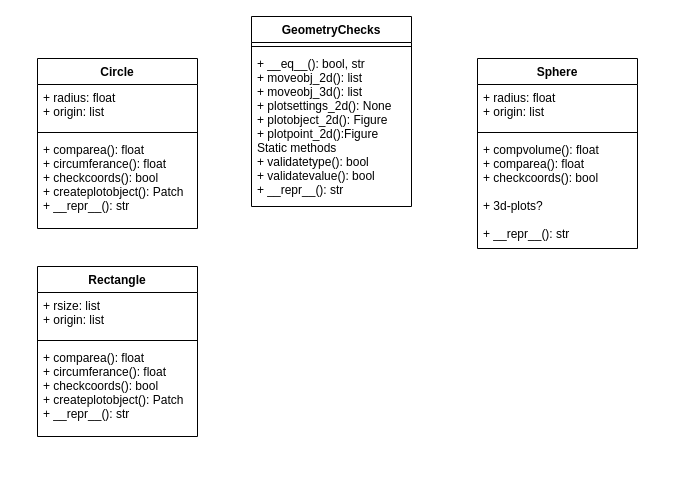
The draw.io diagram Labs/lab3/geometryUML.drawio in jwiegert/python-programming-joachim-wiegert, before the edit. Source tidied: cells renumbered, new cells numbered last; positions are measured from the earlier drawing's top-left corner, leaving out a move shared by most shapes. Both pictures are drawn from the tidied source at 100%, with x=0, y=0 at pixel (37, 16).
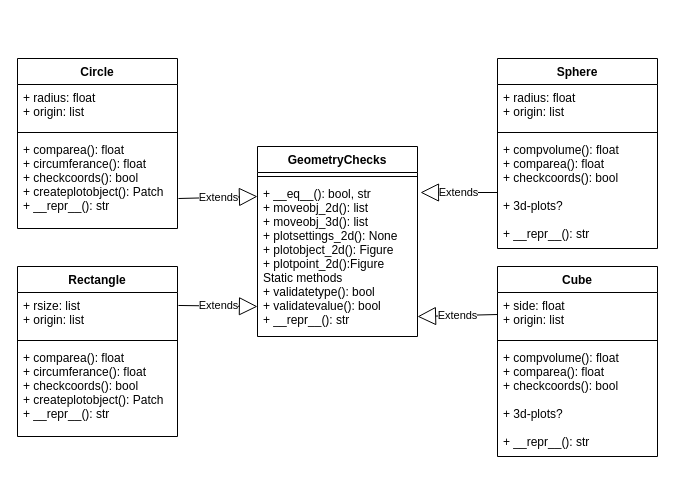
The same page after the edit.

Commit message:
Added cube and "extends" arrows

The change refers to these unchanged cells:
```xml
<mxCell id="4" value="+ __eq__(): bool, str&#10;+ moveobj_2d(): list&#10;+ moveobj_3d(): list&#10;+ plotsettings_2d(): None&#10;+ plotobject_2d(): Figure&#10;+ plotpoint_2d():Figure&#10;Static methods&#10;+ validatetype(): bool&#10;+ validatevalue(): bool&#10;+ __repr__(): str" style="text;strokeColor=none;fillColor=none;align=left;verticalAlign=top;spacingLeft=4;spacingRight=4;overflow=hidden;points=[[0,0.5],[1,0.5]];portConstraint=eastwest;" parent="2" vertex="1">
  <mxGeometry y="34" width="160" height="156" as="geometry" />
</mxCell>
<mxCell id="8" value="+ comparea(): float&#10;+ circumferance(): float&#10;+ checkcoords(): bool&#10;+ createplotobject(): Patch&#10;+ __repr__(): str" style="text;strokeColor=none;fillColor=none;align=left;verticalAlign=top;spacingLeft=4;spacingRight=4;overflow=hidden;points=[[0,0.5],[1,0.5]];portConstraint=eastwest;" parent="5" vertex="1">
  <mxGeometry y="78" width="160" height="92" as="geometry" />
</mxCell>
<mxCell id="10" value="+ rsize: list&#10;+ origin: list" style="text;strokeColor=none;fillColor=none;align=left;verticalAlign=top;spacingLeft=4;spacingRight=4;overflow=hidden;points=[[0,0.5],[1,0.5]];portConstraint=eastwest;" parent="9" vertex="1">
  <mxGeometry y="26" width="160" height="44" as="geometry" />
</mxCell>
<mxCell id="16" value="+ compvolume(): float&#10;+ comparea(): float&#10;+ checkcoords(): bool&#10;&#10;+ 3d-plots?&#10;&#10;+ __repr__(): str" style="text;strokeColor=none;fillColor=none;align=left;verticalAlign=top;spacingLeft=4;spacingRight=4;overflow=hidden;points=[[0,0.5],[1,0.5]];portConstraint=eastwest;" parent="13" vertex="1">
  <mxGeometry y="78" width="160" height="112" as="geometry" />
</mxCell>
```

The edit, as a diff of the source:
```diff
@@
     <mxCell id="2" value="GeometryChecks" style="swimlane;fontStyle=1;align=center;verticalAlign=top;horizontal=1;startSize=26;hachureGap=4;" parent="1" vertex="1">
-      <mxGeometry x="214" width="160" height="190" as="geometry" />
+      <mxGeometry x="220" y="130" width="160" height="190" as="geometry" />
     </mxCell>
@@
     <mxCell id="5" value="Circle" style="swimlane;fontStyle=1;align=center;verticalAlign=top;horizontal=1;startSize=26;hachureGap=4;" parent="1" vertex="1">
-      <mxGeometry y="42" width="160" height="170" as="geometry" />
+      <mxGeometry x="-20" y="42" width="160" height="170" as="geometry" />
     </mxCell>
@@
     <mxCell id="9" value="Rectangle" style="swimlane;fontStyle=1;align=center;verticalAlign=top;horizontal=1;startSize=26;hachureGap=4;" parent="1" vertex="1">
-      <mxGeometry y="250" width="160" height="170" as="geometry" />
+      <mxGeometry x="-20" y="250" width="160" height="170" as="geometry" />
     </mxCell>
@@
     <mxCell id="13" value="Sphere" style="swimlane;fontStyle=1;align=center;verticalAlign=top;horizontal=1;startSize=26;hachureGap=4;" parent="1" vertex="1">
-      <mxGeometry x="440" y="42" width="160" height="190" as="geometry" />
+      <mxGeometry x="460" y="42" width="160" height="190" as="geometry" />
     </mxCell>
@@
+    <mxCell id="17" value="Cube" style="swimlane;fontStyle=1;align=center;verticalAlign=top;horizontal=1;startSize=26;hachureGap=4;" parent="1" vertex="1">
+      <mxGeometry x="460" y="250" width="160" height="190" as="geometry" />
+    </mxCell>
+    <mxCell id="18" value="+ side: float&#10;+ origin: list" style="text;strokeColor=none;fillColor=none;align=left;verticalAlign=top;spacingLeft=4;spacingRight=4;overflow=hidden;points=[[0,0.5],[1,0.5]];portConstraint=eastwest;" parent="17" vertex="1">
+      <mxGeometry y="26" width="160" height="44" as="geometry" />
+    </mxCell>
+    <mxCell id="19" style="line;strokeWidth=1;fillColor=none;align=left;verticalAlign=middle;spacingTop=-1;spacingLeft=3;spacingRight=3;labelPosition=right;" parent="17" vertex="1">
+      <mxGeometry y="70" width="160" height="8" as="geometry" />
+    </mxCell>
+    <mxCell id="20" value="+ compvolume(): float&#10;+ comparea(): float&#10;+ checkcoords(): bool&#10;&#10;+ 3d-plots?&#10;&#10;+ __repr__(): str" style="text;strokeColor=none;fillColor=none;align=left;verticalAlign=top;spacingLeft=4;spacingRight=4;overflow=hidden;" parent="17" vertex="1">
+      <mxGeometry y="78" width="160" height="112" as="geometry" />
+    </mxCell>
+    <mxCell id="21" value="Extends" style="endArrow=block;endSize=16;endFill=0;html=1;sourcePerimeterSpacing=8;targetPerimeterSpacing=8;exitX=1.006;exitY=0.674;exitDx=0;exitDy=0;exitPerimeter=0;" parent="1" edge="1" source="8">
+      <mxGeometry relative="1" as="geometry">
+        <mxPoint x="220" y="180" as="targetPoint" />
+      </mxGeometry>
+    </mxCell>
+    <mxCell id="22" value="Extends" style="endArrow=block;endSize=16;endFill=0;html=1;sourcePerimeterSpacing=8;targetPerimeterSpacing=8;exitX=1.006;exitY=0.295;exitDx=0;exitDy=0;exitPerimeter=0;" parent="1" edge="1" source="10">
+      <mxGeometry relative="1" as="geometry">
+        <mxPoint x="220" y="290" as="targetPoint" />
+      </mxGeometry>
+    </mxCell>
+    <mxCell id="23" value="Extends" style="endArrow=block;endSize=16;endFill=0;html=1;sourcePerimeterSpacing=8;targetPerimeterSpacing=8;exitX=0;exitY=0.5;exitDx=0;exitDy=0;" parent="1" edge="1" source="16">
+      <mxGeometry relative="1" as="geometry">
+        <mxPoint x="383" y="176" as="targetPoint" />
+      </mxGeometry>
+    </mxCell>
+    <mxCell id="24" value="Extends" style="endArrow=block;endSize=16;endFill=0;html=1;sourcePerimeterSpacing=8;targetPerimeterSpacing=8;exitX=0;exitY=0.5;exitDx=0;exitDy=0;entryX=1;entryY=0.872;entryDx=0;entryDy=0;entryPerimeter=0;" parent="1" edge="1" source="18" target="4">
+      <mxGeometry relative="1" as="geometry" />
+    </mxCell>
```
